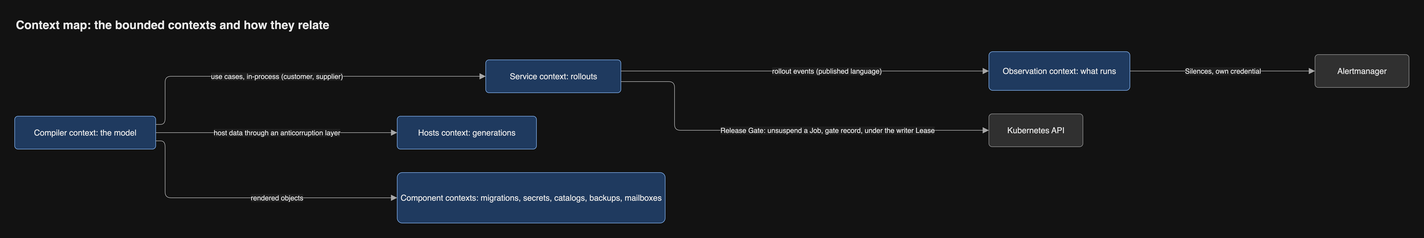
The draw.io diagram docs/diagrams/png/context-map.png in JorisJonkers-dev/estate-kit, before a commit. Source tidied: cells renumbered, new cells last; positions are measured from the earlier drawing's top-left corner, leaving out a move shared by most shapes.
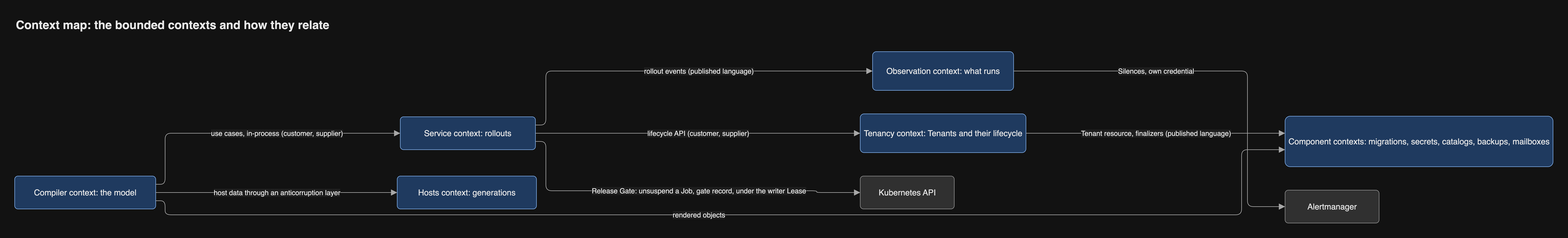
After the commit.

Change to the diagram source:
```diff
@@ -3,77 +3,102 @@
     <mxCell id="0" />
     <mxCell id="1" parent="0" />
     <mxCell id="2" value="Compiler context: the model" style="rounded=1;arcSize=10;html=1;whiteSpace=wrap;fontSize=14;fontColor=light-dark(#1a1a1a,#e8e8e8);fillColor=light-dark(#dae8fc,#1f3a5f);strokeColor=light-dark(#6c8ebf,#7aa7e0);fontFamily=Helvetica;" parent="1" vertex="1">
-      <mxGeometry y="174" width="240" height="56" as="geometry" />
+      <mxGeometry y="276" width="240" height="56" as="geometry" />
     </mxCell>
     <mxCell id="3" value="Service context: rollouts" style="rounded=1;arcSize=10;html=1;whiteSpace=wrap;fontSize=14;fontColor=light-dark(#1a1a1a,#e8e8e8);fillColor=light-dark(#dae8fc,#1f3a5f);strokeColor=light-dark(#6c8ebf,#7aa7e0);fontFamily=Helvetica;" parent="1" vertex="1">
-      <mxGeometry x="801.7" y="78" width="230" height="56" as="geometry" />
+      <mxGeometry x="656.2" y="175" width="230" height="56" as="geometry" />
     </mxCell>
     <mxCell id="4" value="Observation context: what runs" style="rounded=1;arcSize=10;html=1;whiteSpace=wrap;fontSize=14;fontColor=light-dark(#1a1a1a,#e8e8e8);fillColor=light-dark(#dae8fc,#1f3a5f);strokeColor=light-dark(#6c8ebf,#7aa7e0);fontFamily=Helvetica;" parent="1" vertex="1">
-      <mxGeometry x="1658" y="64" width="240" height="66" as="geometry" />
+      <mxGeometry x="1460" y="64" width="240" height="66" as="geometry" />
     </mxCell>
     <mxCell id="5" value="Hosts context: generations" style="rounded=1;arcSize=10;html=1;whiteSpace=wrap;fontSize=14;fontColor=light-dark(#1a1a1a,#e8e8e8);fillColor=light-dark(#dae8fc,#1f3a5f);strokeColor=light-dark(#6c8ebf,#7aa7e0);fontFamily=Helvetica;" parent="1" vertex="1">
-      <mxGeometry x="651" y="174" width="237" height="56" as="geometry" />
+      <mxGeometry x="651" y="276" width="237" height="56" as="geometry" />
     </mxCell>
     <mxCell id="6" value="Component contexts: migrations, secrets, catalogs, backups, mailboxes" style="rounded=1;arcSize=10;html=1;whiteSpace=wrap;fontSize=14;fontColor=light-dark(#1a1a1a,#e8e8e8);fillColor=light-dark(#dae8fc,#1f3a5f);strokeColor=light-dark(#6c8ebf,#7aa7e0);fontFamily=Helvetica;" parent="1" vertex="1">
-      <mxGeometry x="651" y="270" width="456" height="86" as="geometry" />
+      <mxGeometry x="2162" y="174" width="456" height="86" as="geometry" />
     </mxCell>
+    <mxCell id="16" value="Tenancy context: Tenants and their lifecycle" style="rounded=1;arcSize=10;html=1;whiteSpace=wrap;fontSize=14;fontColor=light-dark(#1a1a1a,#e8e8e8);fillColor=light-dark(#dae8fc,#1f3a5f);strokeColor=light-dark(#6c8ebf,#7aa7e0);fontFamily=Helvetica;" parent="1" vertex="1">
+      <mxGeometry x="1439" y="170" width="282" height="66" as="geometry" />
+    </mxCell>
     <mxCell id="7" value="use cases, in-process (customer, supplier)" style="html=1;rounded=1;fontSize=14;fontSize=12;fontColor=light-dark(#1a1a1a,#e8e8e8);strokeColor=light-dark(#666666,#a8a8a8);endArrow=block;endFill=1;endSize=8;curved=0;exitX=1;exitY=0.25;entryX=0;entryY=0.5;edgeStyle=orthogonalEdgeStyle;fontFamily=Helvetica;labelBackgroundColor=light-dark(#ffffff,#1e1e1e);" parent="1" edge="1" source="2" target="3">
       <mxGeometry relative="1" as="geometry">
         <Array as="points">
-          <mxPoint x="256" y="188" />
-          <mxPoint x="256" y="106" />
+          <mxPoint x="256" y="290" />
+          <mxPoint x="256" y="203" />
         </Array>
-        <mxPoint x="-34.3" as="offset" />
+        <mxPoint x="40.9" as="offset" />
       </mxGeometry>
     </mxCell>
-    <mxCell id="8" value="rollout events (published language)" style="html=1;rounded=1;fontSize=14;fontSize=12;fontColor=light-dark(#1a1a1a,#e8e8e8);strokeColor=light-dark(#666666,#a8a8a8);endArrow=block;endFill=1;endSize=8;curved=0;exitX=1;exitY=0.3393;entryX=0;entryY=0.5;edgeStyle=orthogonalEdgeStyle;fontFamily=Helvetica;labelBackgroundColor=light-dark(#ffffff,#1e1e1e);" parent="1" edge="1" source="3" target="4">
+    <mxCell id="8" value="rollout events (published language)" style="html=1;rounded=1;fontSize=14;fontSize=12;fontColor=light-dark(#1a1a1a,#e8e8e8);strokeColor=light-dark(#666666,#a8a8a8);endArrow=block;endFill=1;endSize=8;curved=0;exitX=1;exitY=0.25;entryX=0;entryY=0.5;edgeStyle=orthogonalEdgeStyle;fontFamily=Helvetica;labelBackgroundColor=light-dark(#ffffff,#1e1e1e);" parent="1" edge="1" source="3" target="4">
       <mxGeometry relative="1" as="geometry">
         <Array as="points">
-          <mxPoint x="1344.8" y="97" />
+          <mxPoint x="904" y="189" />
+          <mxPoint x="904" y="97" />
         </Array>
-        <mxPoint x="37.7" as="offset" />
+        <mxPoint x="36.4" as="offset" />
       </mxGeometry>
     </mxCell>
     <mxCell id="9" value="host data through an anticorruption layer" style="html=1;rounded=1;fontSize=14;fontSize=12;fontColor=light-dark(#1a1a1a,#e8e8e8);strokeColor=light-dark(#666666,#a8a8a8);endArrow=block;endFill=1;endSize=8;curved=0;exitX=1;exitY=0.5;entryX=0;entryY=0.5;edgeStyle=orthogonalEdgeStyle;fontFamily=Helvetica;labelBackgroundColor=light-dark(#ffffff,#1e1e1e);" parent="1" edge="1" source="2" target="5">
       <mxGeometry relative="1" as="geometry">
         <Array as="points">
-          <mxPoint x="445.5" y="202" />
+          <mxPoint x="445.5" y="304" />
         </Array>
       </mxGeometry>
     </mxCell>
-    <mxCell id="10" value="rendered objects" style="html=1;rounded=1;fontSize=14;fontSize=12;fontColor=light-dark(#1a1a1a,#e8e8e8);strokeColor=light-dark(#666666,#a8a8a8);endArrow=block;endFill=1;endSize=8;curved=0;exitX=1;exitY=0.75;entryX=0;entryY=0.5;edgeStyle=orthogonalEdgeStyle;fontFamily=Helvetica;labelBackgroundColor=light-dark(#ffffff,#1e1e1e);" parent="1" edge="1" source="2" target="6">
+    <mxCell id="10" value="rendered objects" style="html=1;rounded=1;fontSize=14;fontSize=12;fontColor=light-dark(#1a1a1a,#e8e8e8);strokeColor=light-dark(#666666,#a8a8a8);endArrow=block;endFill=1;endSize=8;curved=0;exitX=1;exitY=0.75;entryX=0;entryY=0.6628;edgeStyle=orthogonalEdgeStyle;fontFamily=Helvetica;labelBackgroundColor=light-dark(#ffffff,#1e1e1e);" parent="1" edge="1" source="2" target="6">
       <mxGeometry relative="1" as="geometry">
         <Array as="points">
-          <mxPoint x="256" y="216" />
-          <mxPoint x="256" y="313" />
+          <mxPoint x="256" y="318" />
+          <mxPoint x="256" y="342" />
+          <mxPoint x="2088" y="342" />
+          <mxPoint x="2088" y="231" />
         </Array>
-        <mxPoint x="48.5" as="offset" />
+        <mxPoint x="-81" as="offset" />
       </mxGeometry>
     </mxCell>
+    <mxCell id="13" value="lifecycle API (customer, supplier)" style="html=1;rounded=1;fontSize=14;fontSize=12;fontColor=light-dark(#1a1a1a,#e8e8e8);strokeColor=light-dark(#666666,#a8a8a8);endArrow=block;endFill=1;endSize=8;curved=0;exitX=1;exitY=0.5;entryX=0;entryY=0.5;edgeStyle=orthogonalEdgeStyle;fontFamily=Helvetica;labelBackgroundColor=light-dark(#ffffff,#1e1e1e);" parent="1" edge="1" source="3" target="16">
+      <mxGeometry relative="1" as="geometry">
+        <Array as="points">
+          <mxPoint x="1162.6" y="203" />
+        </Array>
+        <mxPoint x="0.9" as="offset" />
+      </mxGeometry>
+    </mxCell>
+    <mxCell id="14" value="Tenant resource, finalizers (published language)" style="html=1;rounded=1;fontSize=14;fontSize=12;fontColor=light-dark(#1a1a1a,#e8e8e8);strokeColor=light-dark(#666666,#a8a8a8);endArrow=block;endFill=1;endSize=8;curved=0;exitX=1;exitY=0.5;entryX=0;entryY=0.3372;edgeStyle=orthogonalEdgeStyle;fontFamily=Helvetica;labelBackgroundColor=light-dark(#ffffff,#1e1e1e);" parent="1" edge="1" source="16" target="6">
+      <mxGeometry relative="1" as="geometry">
+        <Array as="points">
+          <mxPoint x="1941.5" y="203" />
+        </Array>
+      </mxGeometry>
+    </mxCell>
     <mxCell id="11" value="Kubernetes API" style="rounded=1;arcSize=10;html=1;whiteSpace=wrap;fontSize=14;fontColor=light-dark(#1a1a1a,#e8e8e8);fillColor=light-dark(#eeeeee,#303030);strokeColor=light-dark(#999999,#8a8a8a);fontFamily=Helvetica;" parent="1" vertex="1">
-      <mxGeometry x="1658" y="170" width="160" height="56" as="geometry" />
+      <mxGeometry x="1439" y="276" width="160" height="56" as="geometry" />
     </mxCell>
     <mxCell id="12" value="Alertmanager" style="rounded=1;arcSize=10;html=1;whiteSpace=wrap;fontSize=14;fontColor=light-dark(#1a1a1a,#e8e8e8);fillColor=light-dark(#eeeeee,#303030);strokeColor=light-dark(#999999,#8a8a8a);fontFamily=Helvetica;" parent="1" vertex="1">
-      <mxGeometry x="2213" y="69" width="160" height="56" as="geometry" />
+      <mxGeometry x="2162" y="300" width="160" height="56" as="geometry" />
     </mxCell>
-    <mxCell id="13" value="Release Gate: unsuspend a Job, gate record, under the writer Lease" style="html=1;rounded=1;fontSize=14;fontSize=12;fontColor=light-dark(#1a1a1a,#e8e8e8);strokeColor=light-dark(#666666,#a8a8a8);endArrow=block;endFill=1;endSize=8;curved=0;exitX=1;exitY=0.6607;entryX=0;entryY=0.5;edgeStyle=orthogonalEdgeStyle;fontFamily=Helvetica;labelBackgroundColor=light-dark(#ffffff,#1e1e1e);" parent="1" edge="1" source="3" target="11">
-      <mxGeometry relative="1" as="geometry">
-        <Array as="points">
-          <mxPoint x="1123" y="115" />
-          <mxPoint x="1123" y="198" />
-        </Array>
-        <mxPoint x="79.2" as="offset" />
-      </mxGeometry>
-    </mxCell>
-    <mxCell id="14" value="Silences, own credential" style="html=1;rounded=1;fontSize=14;fontSize=12;fontColor=light-dark(#1a1a1a,#e8e8e8);strokeColor=light-dark(#666666,#a8a8a8);endArrow=block;endFill=1;endSize=8;curved=0;exitX=1;exitY=0.5;entryX=0;entryY=0.5;edgeStyle=orthogonalEdgeStyle;fontFamily=Helvetica;labelBackgroundColor=light-dark(#ffffff,#1e1e1e);" parent="1" edge="1" source="4" target="12">
-      <mxGeometry relative="1" as="geometry">
-        <Array as="points">
-          <mxPoint x="2055.5" y="97" />
-        </Array>
-      </mxGeometry>
-    </mxCell>
+    <mxCell id="17" value="Release Gate: unsuspend a Job, gate record, under the writer Lease" style="html=1;rounded=1;fontSize=14;fontSize=12;fontColor=light-dark(#1a1a1a,#e8e8e8);strokeColor=light-dark(#666666,#a8a8a8);endArrow=block;endFill=1;endSize=8;curved=0;exitX=1;exitY=0.75;entryX=0;entryY=0.5;edgeStyle=orthogonalEdgeStyle;fontFamily=Helvetica;labelBackgroundColor=light-dark(#ffffff,#1e1e1e);" parent="1" edge="1" source="3" target="11">
+      <mxGeometry relative="1" as="geometry">
+        <Array as="points">
+          <mxPoint x="904" y="217" />
+          <mxPoint x="904" y="301" />
+          <mxPoint x="1365" y="301" />
+          <mxPoint x="1365" y="304" />
+        </Array>
+        <mxPoint x="41.4" as="offset" />
+      </mxGeometry>
+    </mxCell>
+    <mxCell id="18" value="Silences, own credential" style="html=1;rounded=1;fontSize=14;fontSize=12;fontColor=light-dark(#1a1a1a,#e8e8e8);strokeColor=light-dark(#666666,#a8a8a8);endArrow=block;endFill=1;endSize=8;curved=0;exitX=1;exitY=0.5;entryX=0;entryY=0.5;edgeStyle=orthogonalEdgeStyle;fontFamily=Helvetica;labelBackgroundColor=light-dark(#ffffff,#1e1e1e);" parent="1" edge="1" source="4" target="12">
+      <mxGeometry relative="1" as="geometry">
+        <Array as="points">
+          <mxPoint x="2098" y="97" />
+          <mxPoint x="2098" y="328" />
+        </Array>
+        <mxPoint x="-105" as="offset" />
+      </mxGeometry>
+    </mxCell>
     <mxCell id="15" value="Context map: the bounded contexts and how they relate" style="text;html=1;whiteSpace=wrap;align=left;verticalAlign=middle;fontSize=20;fontStyle=1;fontColor=light-dark(#1a1a1a,#e8e8e8);fontFamily=Helvetica;" parent="1" vertex="1">
-      <mxGeometry width="2373" height="36" as="geometry" />
+      <mxGeometry width="2618" height="36" as="geometry" />
     </mxCell>
   </root>
 </mxGraphModel>
```
